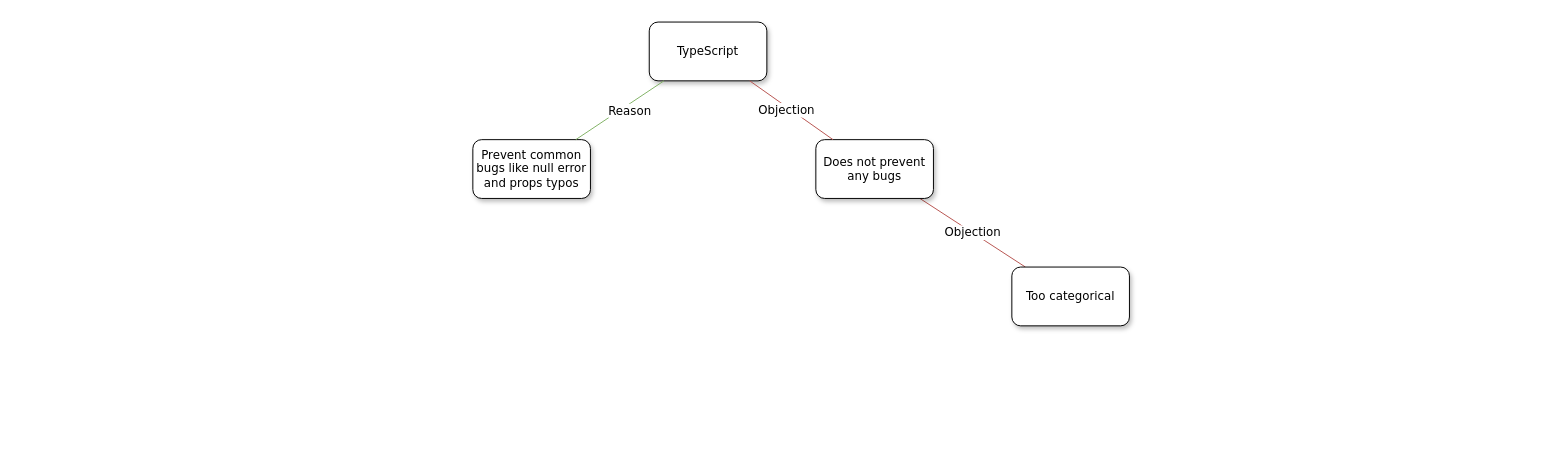
Above: TypeScript argument map.drawio in olleharstedt/limesurvey-wizard (draw.io), before the change. Source tidied: cells renumbered, new cells numbered last; positions are measured from the earlier drawing's top-left corner, leaving out a move shared by most shapes. Both pictures are drawn from the tidied source at 98%, with x=0, y=0 at pixel (472, 22).
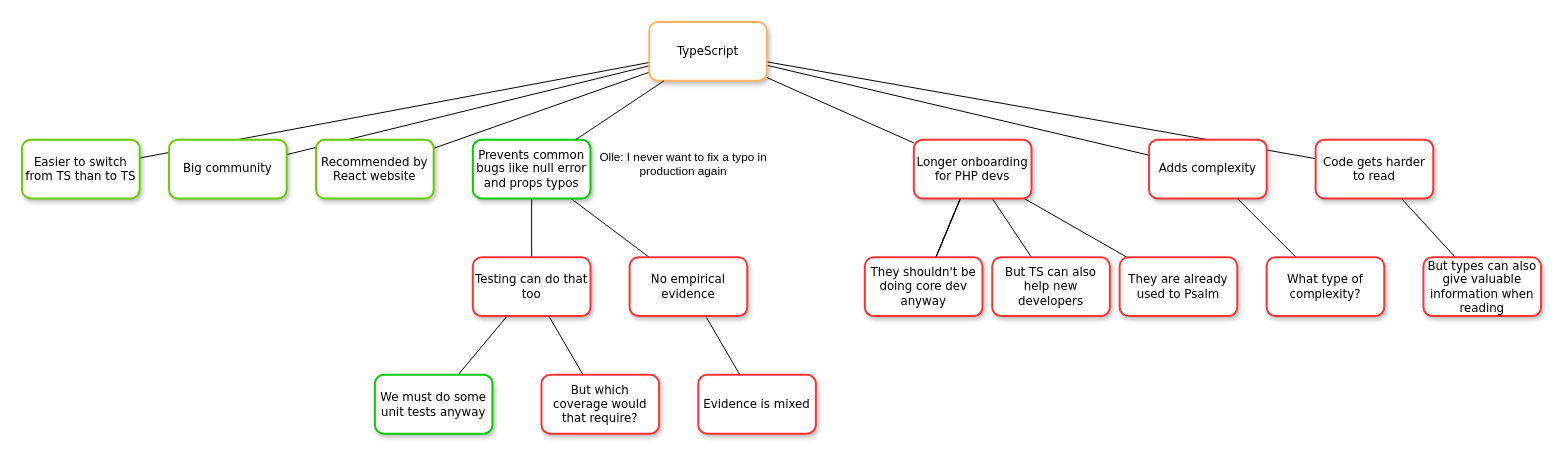
Above is the later version.

What changed in the source:
```diff
@@
+    <mxCell id="9" style="edgeStyle=none;rounded=0;jettySize=auto;html=1;fontFamily=Verdana;fontSize=12;endArrow=none;endFill=0;" parent="1" edge="1" source="2" target="22">
+      <mxGeometry relative="1" as="geometry" />
+    </mxCell>
+    <mxCell id="10" style="edgeStyle=none;rounded=0;jettySize=auto;html=1;fontFamily=Verdana;fontSize=12;endArrow=none;endFill=0;" parent="1" edge="1" source="2" target="25">
+      <mxGeometry relative="1" as="geometry" />
+    </mxCell>
+    <mxCell id="11" style="edgeStyle=none;rounded=0;jettySize=auto;html=1;fontFamily=Verdana;fontSize=12;endArrow=none;endFill=0;" parent="1" edge="1" source="2" target="29">
+      <mxGeometry relative="1" as="geometry" />
+    </mxCell>
+    <mxCell id="12" style="edgeStyle=none;rounded=0;jettySize=auto;html=1;strokeWidth=1;fontFamily=Verdana;fontSize=12;endArrow=none;endFill=0;" parent="1" edge="1" source="2" target="40">
+      <mxGeometry relative="1" as="geometry" />
+    </mxCell>
+    <mxCell id="13" style="edgeStyle=none;rounded=0;jettySize=auto;html=1;strokeWidth=1;fontFamily=Verdana;fontSize=12;endArrow=none;endFill=0;" parent="1" edge="1" source="2" target="41">
+      <mxGeometry relative="1" as="geometry" />
+    </mxCell>
+    <mxCell id="14" style="rounded=0;jettySize=auto;html=1;endArrow=none;endFill=0;" parent="1" edge="1" source="2" target="42">
+      <mxGeometry relative="1" as="geometry" />
+    </mxCell>
-    <mxCell id="2" value="TypeScript" style="whiteSpace=wrap;html=1;rounded=1;shadow=1;labelBackgroundColor=none;strokeWidth=1;fontFamily=Verdana;fontSize=12;align=center;" parent="1" vertex="1">
+    <mxCell id="2" value="TypeScript" style="whiteSpace=wrap;html=1;rounded=1;shadow=1;labelBackgroundColor=none;strokeWidth=2;fontFamily=Verdana;fontSize=12;align=center;strokeColor=#FFB366;" parent="1" vertex="1">
       <mxGeometry x="180" width="120" height="60" as="geometry" />
     </mxCell>
+    <mxCell id="15" style="edgeStyle=none;rounded=0;jettySize=auto;html=1;fontFamily=Verdana;fontSize=12;endArrow=none;endFill=0;" parent="1" edge="1" source="3" target="33">
+      <mxGeometry relative="1" as="geometry" />
+    </mxCell>
+    <mxCell id="16" style="edgeStyle=none;rounded=0;jettySize=auto;html=1;fontFamily=Verdana;fontSize=12;endArrow=none;endFill=0;" parent="1" edge="1" source="3" target="36">
+      <mxGeometry relative="1" as="geometry" />
+    </mxCell>
-    <mxCell id="3" value="&lt;div&gt;Prevent common bugs like null error and props typos&lt;br&gt;&lt;/div&gt;" style="whiteSpace=wrap;html=1;rounded=1;shadow=1;labelBackgroundColor=none;strokeWidth=1;fontFamily=Verdana;fontSize=12;align=center;" parent="1" vertex="1">
+    <mxCell id="3" value="&lt;div&gt;Prevents common bugs like null error and props typos&lt;br&gt;&lt;/div&gt;" style="whiteSpace=wrap;html=1;rounded=1;shadow=1;labelBackgroundColor=none;strokeWidth=2;fontFamily=Verdana;fontSize=12;align=center;strokeColor=#00CC00;" parent="1" vertex="1">
       <mxGeometry y="120" width="120" height="60" as="geometry" />
     </mxCell>
-    <mxCell id="4" value="Objection" style="rounded=0;jettySize=auto;html=1;endArrow=none;endFill=0;fillColor=#f8cecc;strokeColor=#b85450;fontFamily=Verdana;fontSize=12;" parent="1" edge="1" source="5" target="8">
-      <mxGeometry relative="1" as="geometry" />
-    </mxCell>
-    <mxCell id="5" value="Does not prevent any bugs" style="whiteSpace=wrap;html=1;rounded=1;shadow=1;labelBackgroundColor=none;strokeWidth=1;fontFamily=Verdana;fontSize=12;align=center;" parent="1" vertex="1">
-      <mxGeometry x="350" y="120" width="120" height="60" as="geometry" />
-    </mxCell>
-    <mxCell id="6" value="Objection" style="rounded=0;html=1;labelBackgroundColor=default;startArrow=none;startFill=0;startSize=5;endArrow=none;endFill=0;endSize=5;jettySize=auto;strokeWidth=1;fontFamily=Verdana;fontSize=12;fillColor=#f8cecc;strokeColor=#b85450;" parent="1" edge="1" source="2" target="5">
-      <mxGeometry x="-0.08" y="-3" relative="1" as="geometry" />
-    </mxCell>
-    <mxCell id="7" value="Reason" style="rounded=0;html=1;labelBackgroundColor=default;startArrow=none;startFill=0;startSize=5;endArrow=none;endFill=0;endSize=5;jettySize=auto;strokeWidth=1;fontFamily=Verdana;fontSize=12;fillColor=#d5e8d4;strokeColor=#82b366;fontStyle=0;" parent="1" edge="1" source="2" target="3">
+    <mxCell id="7" style="rounded=0;html=1;labelBackgroundColor=default;startArrow=none;startFill=0;startSize=5;endArrow=none;endFill=0;endSize=5;jettySize=auto;strokeWidth=1;fontFamily=Verdana;fontSize=12;fontStyle=0;" parent="1" edge="1" source="2" target="3">
       <mxGeometry x="-0.15" y="6" relative="1" as="geometry" />
     </mxCell>
-    <mxCell id="8" value="Too categorical" style="whiteSpace=wrap;html=1;rounded=1;shadow=1;labelBackgroundColor=none;strokeWidth=1;fontFamily=Verdana;fontSize=12;align=center;" parent="1" vertex="1">
-      <mxGeometry x="550" y="250" width="120" height="60" as="geometry" />
-    </mxCell>
+    <mxCell id="17" value="&lt;div&gt;&lt;br&gt;&lt;/div&gt;" style="edgeStyle=none;rounded=0;jettySize=auto;html=1;fontFamily=Verdana;fontSize=12;endArrow=none;endFill=0;" parent="1" edge="1" source="22" target="23">
+      <mxGeometry relative="1" as="geometry" />
+    </mxCell>
+    <mxCell id="18" style="edgeStyle=none;rounded=0;jettySize=auto;html=1;fontFamily=Verdana;fontSize=12;endArrow=none;endFill=0;" parent="1" edge="1" source="22" target="27">
+      <mxGeometry relative="1" as="geometry" />
+    </mxCell>
+    <mxCell id="19" style="edgeStyle=none;rounded=0;jettySize=auto;html=1;fontFamily=Verdana;fontSize=12;endArrow=none;endFill=0;" parent="1" edge="1" source="22" target="27">
+      <mxGeometry relative="1" as="geometry" />
+    </mxCell>
+    <mxCell id="20" style="edgeStyle=none;rounded=0;jettySize=auto;html=1;fontFamily=Verdana;fontSize=12;endArrow=none;endFill=0;" parent="1" edge="1" source="22" target="27">
+      <mxGeometry relative="1" as="geometry" />
+    </mxCell>
+    <mxCell id="21" style="edgeStyle=none;rounded=0;jettySize=auto;html=1;fontFamily=Verdana;fontSize=12;endArrow=none;endFill=0;" parent="1" edge="1" source="22" target="39">
+      <mxGeometry relative="1" as="geometry" />
+    </mxCell>
+    <mxCell id="22" value="Longer onboarding for PHP devs" style="whiteSpace=wrap;html=1;rounded=1;shadow=1;labelBackgroundColor=none;strokeWidth=2;fontFamily=Verdana;fontSize=12;align=center;strokeColor=#FF3333;" parent="1" vertex="1">
+      <mxGeometry x="450" y="120" width="120" height="60" as="geometry" />
+    </mxCell>
+    <mxCell id="23" value="But TS can also help new developers" style="whiteSpace=wrap;html=1;rounded=1;shadow=1;labelBackgroundColor=none;strokeWidth=2;fontFamily=Verdana;fontSize=12;align=center;strokeColor=#FF3333;" parent="1" vertex="1">
+      <mxGeometry x="530" y="240" width="120" height="60" as="geometry" />
+    </mxCell>
+    <mxCell id="24" style="edgeStyle=none;rounded=0;jettySize=auto;html=1;fontFamily=Verdana;fontSize=12;endArrow=none;endFill=0;" parent="1" edge="1" source="25" target="26">
+      <mxGeometry relative="1" as="geometry" />
+    </mxCell>
+    <mxCell id="25" value="Adds complexity" style="whiteSpace=wrap;html=1;rounded=1;shadow=1;labelBackgroundColor=none;strokeWidth=2;fontFamily=Verdana;fontSize=12;align=center;strokeColor=#FF3333;" parent="1" vertex="1">
+      <mxGeometry x="690" y="120" width="120" height="60" as="geometry" />
+    </mxCell>
+    <mxCell id="26" value="What type of complexity?" style="whiteSpace=wrap;html=1;rounded=1;shadow=1;labelBackgroundColor=none;strokeWidth=2;fontFamily=Verdana;fontSize=12;align=center;strokeColor=#FF3333;" parent="1" vertex="1">
+      <mxGeometry x="810" y="240" width="120" height="60" as="geometry" />
+    </mxCell>
+    <mxCell id="27" value="They shouldn't be doing core dev anyway" style="whiteSpace=wrap;html=1;rounded=1;shadow=1;labelBackgroundColor=none;strokeWidth=2;fontFamily=Verdana;fontSize=12;align=center;strokeColor=#FF3333;" parent="1" vertex="1">
+      <mxGeometry x="400" y="240" width="120" height="60" as="geometry" />
+    </mxCell>
+    <mxCell id="28" style="edgeStyle=none;rounded=0;jettySize=auto;html=1;fontFamily=Verdana;fontSize=12;endArrow=none;endFill=0;" parent="1" edge="1" source="29" target="30">
+      <mxGeometry relative="1" as="geometry" />
+    </mxCell>
+    <mxCell id="29" value="Code gets harder to read" style="whiteSpace=wrap;html=1;rounded=1;shadow=1;labelBackgroundColor=none;strokeWidth=2;fontFamily=Verdana;fontSize=12;align=center;strokeColor=#FF3333;" parent="1" vertex="1">
+      <mxGeometry x="860" y="120" width="120" height="60" as="geometry" />
+    </mxCell>
+    <mxCell id="30" value="But types can also give valuable information when reading" style="whiteSpace=wrap;html=1;rounded=1;shadow=1;labelBackgroundColor=none;strokeWidth=2;fontFamily=Verdana;fontSize=12;align=center;strokeColor=#FF3333;" parent="1" vertex="1">
+      <mxGeometry x="970" y="240" width="120" height="60" as="geometry" />
+    </mxCell>
+    <mxCell id="31" style="edgeStyle=none;rounded=0;jettySize=auto;html=1;fontFamily=Verdana;fontSize=12;endArrow=none;endFill=0;" parent="1" edge="1" source="33" target="34">
+      <mxGeometry relative="1" as="geometry" />
+    </mxCell>
+    <mxCell id="32" style="edgeStyle=none;rounded=0;jettySize=auto;html=1;fontFamily=Verdana;fontSize=12;endArrow=none;endFill=0;" parent="1" edge="1" source="33" target="38">
+      <mxGeometry relative="1" as="geometry" />
+    </mxCell>
+    <mxCell id="33" value="Testing can do that too" style="whiteSpace=wrap;html=1;rounded=1;shadow=1;labelBackgroundColor=none;strokeWidth=2;fontFamily=Verdana;fontSize=12;align=center;strokeColor=#FF3333;" parent="1" vertex="1">
+      <mxGeometry y="240" width="120" height="60" as="geometry" />
+    </mxCell>
+    <mxCell id="34" value="But which coverage would that require?" style="whiteSpace=wrap;html=1;rounded=1;shadow=1;labelBackgroundColor=none;strokeWidth=2;fontFamily=Verdana;fontSize=12;align=center;strokeColor=#FF3333;" parent="1" vertex="1">
+      <mxGeometry x="70" y="360" width="120" height="60" as="geometry" />
+    </mxCell>
+    <mxCell id="35" style="edgeStyle=none;rounded=0;jettySize=auto;html=1;fontFamily=Verdana;fontSize=12;endArrow=none;endFill=0;" parent="1" edge="1" source="36" target="37">
+      <mxGeometry relative="1" as="geometry" />
+    </mxCell>
+    <mxCell id="36" value="No empirical evidence" style="whiteSpace=wrap;html=1;rounded=1;shadow=1;labelBackgroundColor=none;strokeWidth=2;fontFamily=Verdana;fontSize=12;align=center;strokeColor=#FF3333;" parent="1" vertex="1">
+      <mxGeometry x="160" y="240" width="120" height="60" as="geometry" />
+    </mxCell>
+    <mxCell id="37" value="Evidence is mixed" style="whiteSpace=wrap;html=1;rounded=1;shadow=1;labelBackgroundColor=none;strokeWidth=2;fontFamily=Verdana;fontSize=12;align=center;strokeColor=#FF3333;" parent="1" vertex="1">
+      <mxGeometry x="230" y="360" width="120" height="60" as="geometry" />
+    </mxCell>
+    <mxCell id="38" value="We must do some unit tests anyway" style="whiteSpace=wrap;html=1;rounded=1;shadow=1;labelBackgroundColor=none;strokeWidth=2;fontFamily=Verdana;fontSize=12;align=center;strokeColor=#00CC00;" parent="1" vertex="1">
+      <mxGeometry x="-100" y="360" width="120" height="60" as="geometry" />
+    </mxCell>
+    <mxCell id="39" value="They are already used to Psalm" style="whiteSpace=wrap;html=1;rounded=1;shadow=1;labelBackgroundColor=none;strokeWidth=2;fontFamily=Verdana;fontSize=12;align=center;strokeColor=#FF3333;" parent="1" vertex="1">
+      <mxGeometry x="660" y="240" width="120" height="60" as="geometry" />
+    </mxCell>
+    <mxCell id="40" value="Recommended by React website" style="whiteSpace=wrap;html=1;rounded=1;shadow=1;labelBackgroundColor=none;strokeWidth=2;fontFamily=Verdana;fontSize=12;align=center;strokeColor=#66CC00;" parent="1" vertex="1">
+      <mxGeometry x="-160" y="120" width="120" height="60" as="geometry" />
+    </mxCell>
+    <mxCell id="41" value="Big community" style="whiteSpace=wrap;html=1;rounded=1;shadow=1;labelBackgroundColor=none;strokeWidth=2;fontFamily=Verdana;fontSize=12;align=center;strokeColor=#66CC00;" parent="1" vertex="1">
+      <mxGeometry x="-310" y="120" width="120" height="60" as="geometry" />
+    </mxCell>
+    <mxCell id="42" value="Easier to switch from TS than to TS" style="whiteSpace=wrap;html=1;rounded=1;shadow=1;labelBackgroundColor=none;strokeWidth=2;fontFamily=Verdana;fontSize=12;align=center;strokeColor=#66CC00;" parent="1" vertex="1">
+      <mxGeometry x="-460" y="120" width="120" height="60" as="geometry" />
+    </mxCell>
+    <mxCell id="43" value="Olle: I never want to fix a typo in production again" style="text;html=1;strokeColor=none;fillColor=none;align=center;verticalAlign=middle;whiteSpace=wrap;rounded=0;" parent="1" vertex="1">
+      <mxGeometry x="100" y="120" width="230" height="50" as="geometry" />
+    </mxCell>
```
